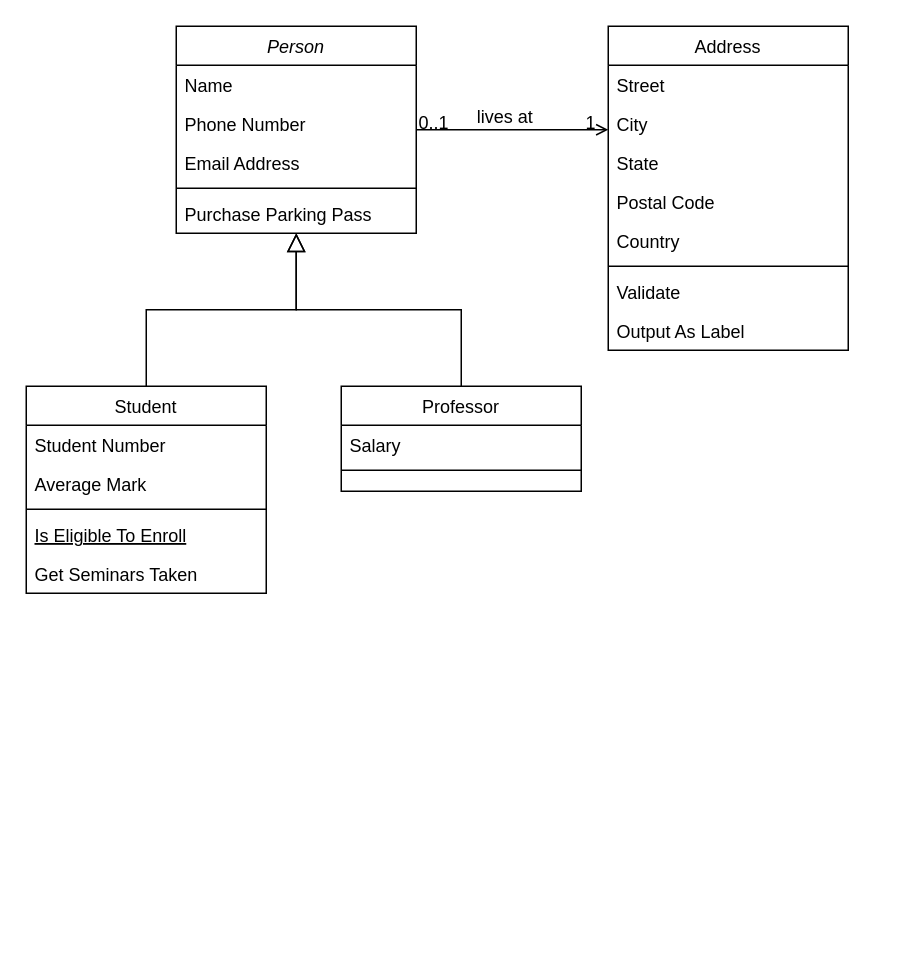
Earlier version of the draw.io diagram Diagrama sem nome.drawio (LuffyBaiano27/Draw.io). Source tidied: cells renumbered, new cells numbered last; positions are measured from the earlier drawing's top-left corner, leaving out a move shared by most shapes. Both pictures are drawn from the tidied source at 150%, with x=0, y=0 at pixel (26, 26).
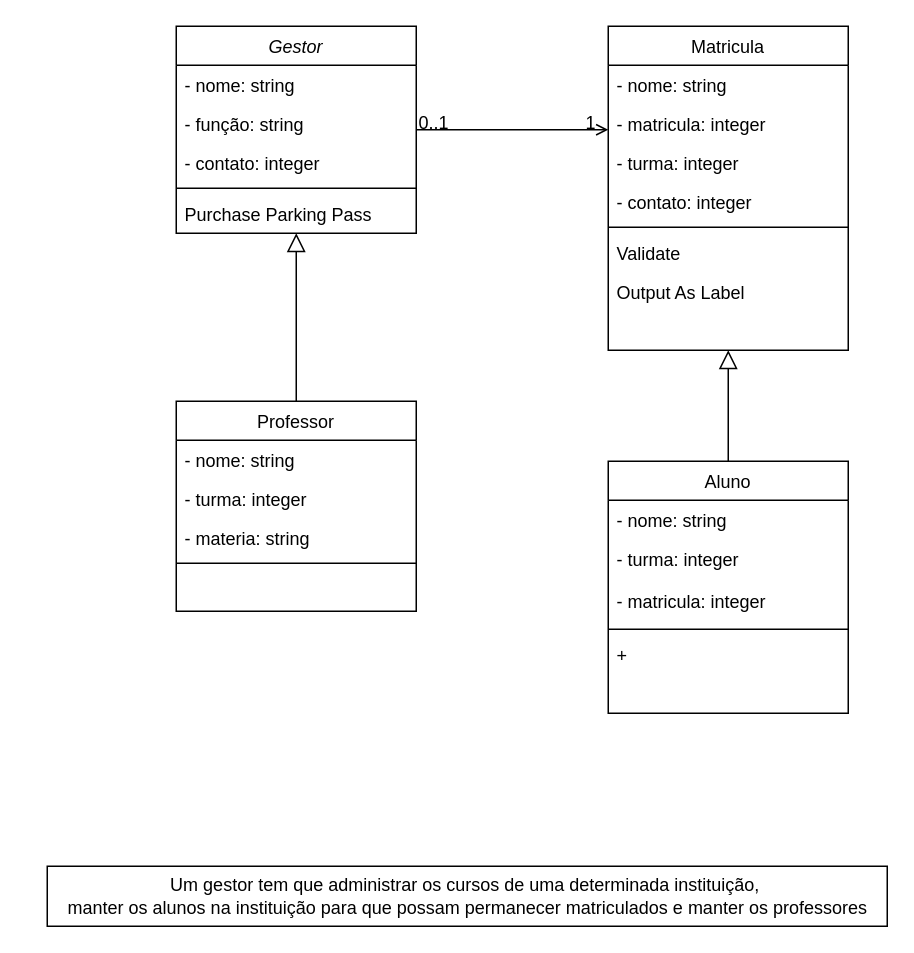
The same diagram, later.

Commit message:
Diagrama criado gestor.drawio

The edit, as a diff of the source:
```diff
@@
-    <mxCell id="2" value="Person" style="swimlane;fontStyle=2;align=center;verticalAlign=top;horizontal=1;startSize=26;rounded=0;shadow=0;strokeWidth=1;" parent="1" vertex="1">
+    <mxCell id="2" value="Gestor" style="swimlane;fontStyle=2;align=center;verticalAlign=top;horizontal=1;startSize=26;rounded=0;shadow=0;strokeWidth=1;labelBackgroundColor=none;" parent="1" vertex="1">
       <mxGeometry x="100" width="160" height="138" as="geometry" />
     </mxCell>
-    <mxCell id="3" value="Name" style="text;align=left;verticalAlign=top;spacingLeft=4;spacingRight=4;overflow=hidden;" parent="2" vertex="1">
+    <mxCell id="3" value="- nome: string" style="text;align=left;verticalAlign=top;spacingLeft=4;spacingRight=4;overflow=hidden;labelBackgroundColor=none;" parent="2" vertex="1">
       <mxGeometry y="26" width="160" height="26" as="geometry" />
     </mxCell>
-    <mxCell id="4" value="Phone Number" style="text;align=left;verticalAlign=top;spacingLeft=4;spacingRight=4;overflow=hidden;rounded=0;shadow=0;html=0;" parent="2" vertex="1">
+    <mxCell id="4" value="- função: string" style="text;align=left;verticalAlign=top;spacingLeft=4;spacingRight=4;overflow=hidden;rounded=0;shadow=0;html=0;labelBackgroundColor=none;" parent="2" vertex="1">
       <mxGeometry y="52" width="160" height="26" as="geometry" />
     </mxCell>
-    <mxCell id="5" value="Email Address" style="text;align=left;verticalAlign=top;spacingLeft=4;spacingRight=4;overflow=hidden;rounded=0;shadow=0;html=0;" parent="2" vertex="1">
+    <mxCell id="5" value="- contato: integer" style="text;align=left;verticalAlign=top;spacingLeft=4;spacingRight=4;overflow=hidden;rounded=0;shadow=0;html=0;labelBackgroundColor=none;" parent="2" vertex="1">
       <mxGeometry y="78" width="160" height="26" as="geometry" />
     </mxCell>
-    <mxCell id="6" style="line;html=1;strokeWidth=1;align=left;verticalAlign=middle;spacingTop=-1;spacingLeft=3;spacingRight=3;labelPosition=right;" parent="2" vertex="1">
+    <mxCell id="6" style="line;html=1;strokeWidth=1;align=left;verticalAlign=middle;spacingTop=-1;spacingLeft=3;spacingRight=3;labelPosition=right;labelBackgroundColor=none;" parent="2" vertex="1">
       <mxGeometry y="104" width="160" height="8" as="geometry" />
     </mxCell>
-    <mxCell id="7" value="Purchase Parking Pass" style="text;align=left;verticalAlign=top;spacingLeft=4;spacingRight=4;overflow=hidden;" parent="2" vertex="1">
+    <mxCell id="7" value="Purchase Parking Pass" style="text;align=left;verticalAlign=top;spacingLeft=4;spacingRight=4;overflow=hidden;labelBackgroundColor=none;" parent="2" vertex="1">
       <mxGeometry y="112" width="160" height="26" as="geometry" />
     </mxCell>
-    <mxCell id="8" value="Student" style="swimlane;fontStyle=0;align=center;verticalAlign=top;horizontal=1;startSize=26;rounded=0;shadow=0;strokeWidth=1;" parent="1" vertex="1">
-      <mxGeometry y="240" width="160" height="138" as="geometry" />
+    <mxCell id="8" value="Aluno" style="swimlane;fontStyle=0;align=center;verticalAlign=top;horizontal=1;startSize=26;rounded=0;shadow=0;strokeWidth=1;labelBackgroundColor=none;" parent="1" vertex="1">
+      <mxGeometry x="388" y="290" width="160" height="168" as="geometry" />
     </mxCell>
-    <mxCell id="9" value="Student Number" style="text;align=left;verticalAlign=top;spacingLeft=4;spacingRight=4;overflow=hidden;" parent="8" vertex="1">
+    <mxCell id="9" value="- nome: string" style="text;align=left;verticalAlign=top;spacingLeft=4;spacingRight=4;overflow=hidden;labelBackgroundColor=none;" parent="8" vertex="1">
       <mxGeometry y="26" width="160" height="26" as="geometry" />
     </mxCell>
-    <mxCell id="10" value="Average Mark" style="text;align=left;verticalAlign=top;spacingLeft=4;spacingRight=4;overflow=hidden;rounded=0;shadow=0;html=0;" parent="8" vertex="1">
-      <mxGeometry y="52" width="160" height="26" as="geometry" />
+    <mxCell id="10" value="- turma: integer" style="text;align=left;verticalAlign=top;spacingLeft=4;spacingRight=4;overflow=hidden;rounded=0;shadow=0;html=0;labelBackgroundColor=none;" parent="8" vertex="1">
+      <mxGeometry y="52" width="160" height="28" as="geometry" />
     </mxCell>
+    <mxCell id="32" value="- matricula: integer" style="text;align=left;verticalAlign=top;spacingLeft=4;spacingRight=4;overflow=hidden;rounded=0;shadow=0;html=0;labelBackgroundColor=none;" parent="8" vertex="1">
+      <mxGeometry y="80" width="160" height="28" as="geometry" />
+    </mxCell>
-    <mxCell id="11" style="line;html=1;strokeWidth=1;align=left;verticalAlign=middle;spacingTop=-1;spacingLeft=3;spacingRight=3;labelPosition=right;" parent="8" vertex="1">
-      <mxGeometry y="78" width="160" height="8" as="geometry" />
+    <mxCell id="11" style="line;html=1;strokeWidth=1;align=left;verticalAlign=middle;spacingTop=-1;spacingLeft=3;spacingRight=3;labelPosition=right;labelBackgroundColor=none;" parent="8" vertex="1">
+      <mxGeometry y="108" width="160" height="8" as="geometry" />
     </mxCell>
-    <mxCell id="12" value="Is Eligible To Enroll" style="text;align=left;verticalAlign=top;spacingLeft=4;spacingRight=4;overflow=hidden;fontStyle=4;" parent="8" vertex="1">
-      <mxGeometry y="86" width="160" height="26" as="geometry" />
-    </mxCell>
-    <mxCell id="13" value="Get Seminars Taken" style="text;align=left;verticalAlign=top;spacingLeft=4;spacingRight=4;overflow=hidden;" parent="8" vertex="1">
-      <mxGeometry y="112" width="160" height="26" as="geometry" />
+    <mxCell id="13" value="+ " style="text;align=left;verticalAlign=top;spacingLeft=4;spacingRight=4;overflow=hidden;labelBackgroundColor=none;" parent="8" vertex="1">
+      <mxGeometry y="116" width="160" height="26" as="geometry" />
     </mxCell>
-    <mxCell id="14" style="endArrow=block;endSize=10;endFill=0;shadow=0;strokeWidth=1;rounded=0;curved=0;edgeStyle=elbowEdgeStyle;elbow=vertical;" parent="1" edge="1" source="8" target="2">
+    <mxCell id="14" style="endArrow=block;endSize=10;endFill=0;shadow=0;strokeWidth=1;rounded=0;curved=0;edgeStyle=elbowEdgeStyle;elbow=vertical;entryX=0.5;entryY=1;entryDx=0;entryDy=0;exitX=0.5;exitY=0;exitDx=0;exitDy=0;labelBackgroundColor=none;fontColor=default;" parent="1" edge="1" source="8" target="19">
       <mxGeometry relative="1" as="geometry" />
     </mxCell>
-    <mxCell id="15" value="Professor" style="swimlane;fontStyle=0;align=center;verticalAlign=top;horizontal=1;startSize=26;rounded=0;shadow=0;strokeWidth=1;" parent="1" vertex="1">
-      <mxGeometry x="210" y="240" width="160" height="70" as="geometry" />
+    <mxCell id="15" value="Professor" style="swimlane;fontStyle=0;align=center;verticalAlign=top;horizontal=1;startSize=26;rounded=0;shadow=0;strokeWidth=1;labelBackgroundColor=none;" parent="1" vertex="1">
+      <mxGeometry x="100" y="250" width="160" height="140" as="geometry" />
     </mxCell>
-    <mxCell id="16" value="Salary" style="text;align=left;verticalAlign=top;spacingLeft=4;spacingRight=4;overflow=hidden;" parent="15" vertex="1">
+    <mxCell id="16" value="- nome: string" style="text;align=left;verticalAlign=top;spacingLeft=4;spacingRight=4;overflow=hidden;labelBackgroundColor=none;" parent="15" vertex="1">
       <mxGeometry y="26" width="160" height="26" as="geometry" />
     </mxCell>
+    <mxCell id="33" value="- turma: integer" style="text;align=left;verticalAlign=top;spacingLeft=4;spacingRight=4;overflow=hidden;labelBackgroundColor=none;" parent="15" vertex="1">
+      <mxGeometry y="52" width="160" height="26" as="geometry" />
+    </mxCell>
+    <mxCell id="34" value="- materia: string" style="text;align=left;verticalAlign=top;spacingLeft=4;spacingRight=4;overflow=hidden;labelBackgroundColor=none;" parent="15" vertex="1">
+      <mxGeometry y="78" width="160" height="26" as="geometry" />
+    </mxCell>
-    <mxCell id="17" style="line;html=1;strokeWidth=1;align=left;verticalAlign=middle;spacingTop=-1;spacingLeft=3;spacingRight=3;labelPosition=right;" parent="15" vertex="1">
-      <mxGeometry y="52" width="160" height="8" as="geometry" />
+    <mxCell id="17" style="line;html=1;strokeWidth=1;align=left;verticalAlign=middle;spacingTop=-1;spacingLeft=3;spacingRight=3;labelPosition=right;labelBackgroundColor=none;" parent="15" vertex="1">
+      <mxGeometry y="104" width="160" height="8" as="geometry" />
     </mxCell>
-    <mxCell id="18" style="endArrow=block;endSize=10;endFill=0;shadow=0;strokeWidth=1;rounded=0;curved=0;edgeStyle=elbowEdgeStyle;elbow=vertical;" parent="1" edge="1" source="15" target="2">
+    <mxCell id="18" style="endArrow=block;endSize=10;endFill=0;shadow=0;strokeWidth=1;rounded=0;curved=0;edgeStyle=elbowEdgeStyle;elbow=vertical;labelBackgroundColor=none;fontColor=default;" parent="1" edge="1" source="15" target="2">
       <mxGeometry relative="1" as="geometry" />
     </mxCell>
-    <mxCell id="19" value="Address" style="swimlane;fontStyle=0;align=center;verticalAlign=top;horizontal=1;startSize=26;rounded=0;shadow=0;strokeWidth=1;" parent="1" vertex="1">
+    <mxCell id="19" value="Matricula" style="swimlane;fontStyle=0;align=center;verticalAlign=top;horizontal=1;startSize=26;rounded=0;shadow=0;strokeWidth=1;labelBackgroundColor=none;" parent="1" vertex="1">
       <mxGeometry x="388" width="160" height="216" as="geometry" />
     </mxCell>
-    <mxCell id="20" value="Street" style="text;align=left;verticalAlign=top;spacingLeft=4;spacingRight=4;overflow=hidden;" parent="19" vertex="1">
+    <mxCell id="20" value="- nome: string" style="text;align=left;verticalAlign=top;spacingLeft=4;spacingRight=4;overflow=hidden;labelBackgroundColor=none;" parent="19" vertex="1">
       <mxGeometry y="26" width="160" height="26" as="geometry" />
     </mxCell>
-    <mxCell id="21" value="City" style="text;align=left;verticalAlign=top;spacingLeft=4;spacingRight=4;overflow=hidden;rounded=0;shadow=0;html=0;" parent="19" vertex="1">
+    <mxCell id="21" value="- matricula: integer" style="text;align=left;verticalAlign=top;spacingLeft=4;spacingRight=4;overflow=hidden;rounded=0;shadow=0;html=0;labelBackgroundColor=none;" parent="19" vertex="1">
       <mxGeometry y="52" width="160" height="26" as="geometry" />
     </mxCell>
-    <mxCell id="22" value="State" style="text;align=left;verticalAlign=top;spacingLeft=4;spacingRight=4;overflow=hidden;rounded=0;shadow=0;html=0;" parent="19" vertex="1">
+    <mxCell id="22" value="- turma: integer" style="text;align=left;verticalAlign=top;spacingLeft=4;spacingRight=4;overflow=hidden;rounded=0;shadow=0;html=0;labelBackgroundColor=none;" parent="19" vertex="1">
       <mxGeometry y="78" width="160" height="26" as="geometry" />
     </mxCell>
-    <mxCell id="23" value="Postal Code" style="text;align=left;verticalAlign=top;spacingLeft=4;spacingRight=4;overflow=hidden;rounded=0;shadow=0;html=0;" parent="19" vertex="1">
+    <mxCell id="23" value="- contato: integer" style="text;align=left;verticalAlign=top;spacingLeft=4;spacingRight=4;overflow=hidden;rounded=0;shadow=0;html=0;labelBackgroundColor=none;" parent="19" vertex="1">
       <mxGeometry y="104" width="160" height="26" as="geometry" />
     </mxCell>
-    <mxCell id="24" value="Country" style="text;align=left;verticalAlign=top;spacingLeft=4;spacingRight=4;overflow=hidden;rounded=0;shadow=0;html=0;" parent="19" vertex="1">
-      <mxGeometry y="130" width="160" height="26" as="geometry" />
-    </mxCell>
-    <mxCell id="25" style="line;html=1;strokeWidth=1;align=left;verticalAlign=middle;spacingTop=-1;spacingLeft=3;spacingRight=3;labelPosition=right;" parent="19" vertex="1">
-      <mxGeometry y="156" width="160" height="8" as="geometry" />
+    <mxCell id="25" style="line;html=1;strokeWidth=1;align=left;verticalAlign=middle;spacingTop=-1;spacingLeft=3;spacingRight=3;labelPosition=right;labelBackgroundColor=none;" parent="19" vertex="1">
+      <mxGeometry y="130" width="160" height="8" as="geometry" />
     </mxCell>
-    <mxCell id="26" value="Validate" style="text;align=left;verticalAlign=top;spacingLeft=4;spacingRight=4;overflow=hidden;" parent="19" vertex="1">
-      <mxGeometry y="164" width="160" height="26" as="geometry" />
+    <mxCell id="26" value="Validate" style="text;align=left;verticalAlign=top;spacingLeft=4;spacingRight=4;overflow=hidden;labelBackgroundColor=none;" parent="19" vertex="1">
+      <mxGeometry y="138" width="160" height="26" as="geometry" />
     </mxCell>
-    <mxCell id="27" value="Output As Label" style="text;align=left;verticalAlign=top;spacingLeft=4;spacingRight=4;overflow=hidden;" parent="19" vertex="1">
-      <mxGeometry y="190" width="160" height="26" as="geometry" />
+    <mxCell id="27" value="Output As Label" style="text;align=left;verticalAlign=top;spacingLeft=4;spacingRight=4;overflow=hidden;labelBackgroundColor=none;" parent="19" vertex="1">
+      <mxGeometry y="164" width="160" height="26" as="geometry" />
     </mxCell>
-    <mxCell id="28" style="endArrow=open;shadow=0;strokeWidth=1;rounded=0;curved=0;endFill=1;edgeStyle=elbowEdgeStyle;elbow=vertical;" parent="1" edge="1" source="2" target="19">
+    <mxCell id="28" style="endArrow=open;shadow=0;strokeWidth=1;rounded=0;curved=0;endFill=1;edgeStyle=elbowEdgeStyle;elbow=vertical;labelBackgroundColor=none;fontColor=default;" parent="1" edge="1" source="2" target="19">
       <mxGeometry x="0.5" y="41" relative="1" as="geometry">
         <mxPoint x="-40" y="32" as="offset" />
       </mxGeometry>
     </mxCell>
@@
-    <mxCell id="31" value="lives at" style="text;html=1;align=center;verticalAlign=middle;labelBackgroundColor=none;rounded=0;shadow=0;strokeWidth=1;fontSize=12;" parent="28" vertex="1">
-      <mxGeometry x="0.5" y="49" relative="1" as="geometry">
-        <mxPoint x="-38" y="40" as="offset" />
-      </mxGeometry>
-    </mxCell>
+    <mxCell id="35" value="Um gestor tem que administrar os cursos de uma determinada instituição,&amp;nbsp;&lt;div&gt;manter os alunos na instituição para que possam permanecer matriculados e manter os professores&lt;/div&gt;" style="text;html=1;align=center;verticalAlign=middle;fillColor=none;labelBackgroundColor=none;strokeColor=default;" parent="1" vertex="1">
+      <mxGeometry x="14" y="560" width="560" height="40" as="geometry" />
+    </mxCell>
```
